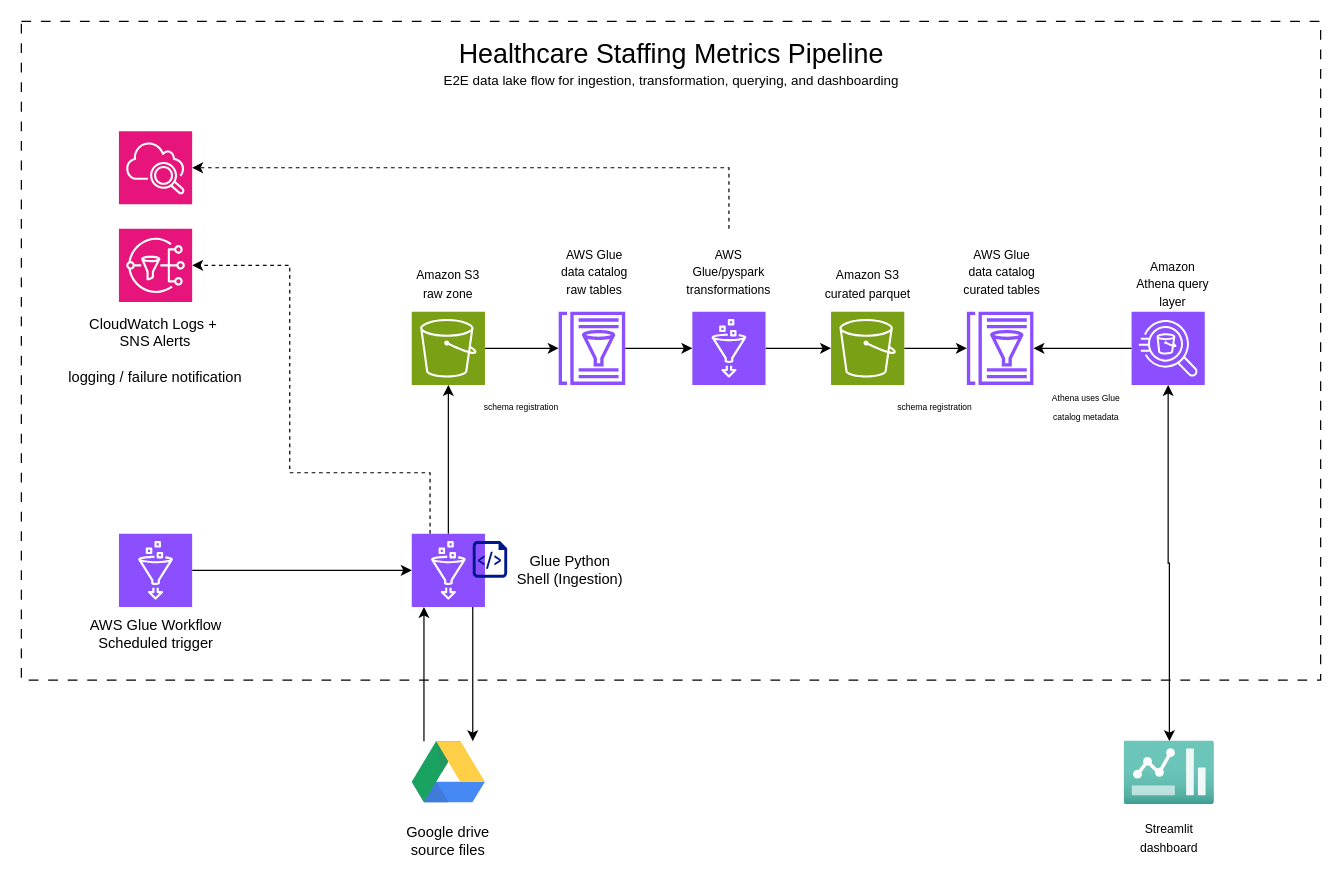
Earlier version of the draw.io diagram architecture/source/healthcare_pipeline.drawio (jenniferarias414/healthcare-staffing-metrics-pipeline). Source tidied: cells renumbered, new cells numbered last; positions are measured from the earlier drawing's top-left corner, leaving out a move shared by most shapes. Both pictures are drawn from the tidied source at 122%, with x=0, y=0 at pixel (21, 21).
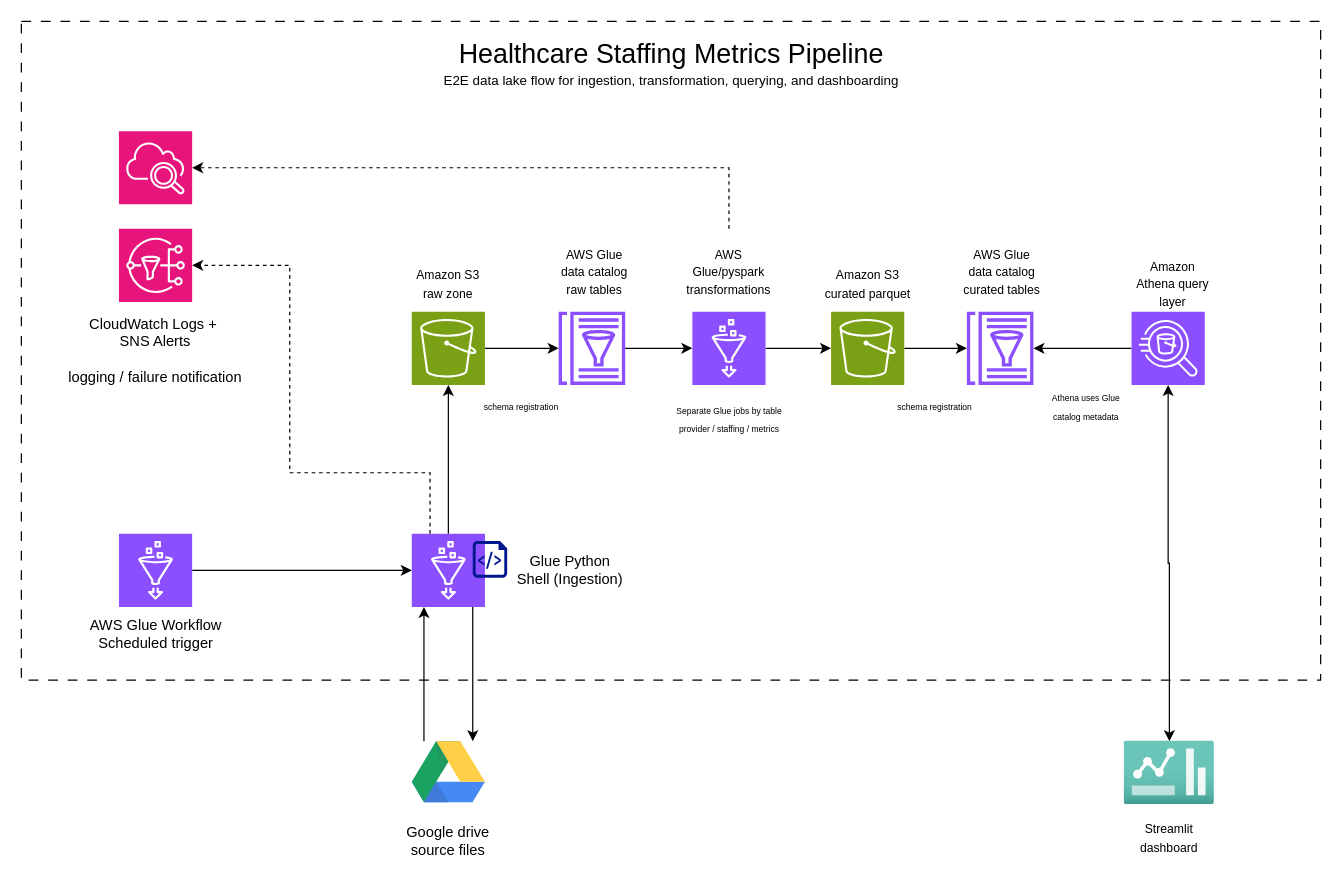
Above is the later version.

Diff of the diagram source:
```diff
@@
+    <mxCell id="43" value="&lt;div&gt;&lt;font style=&quot;font-size: 7px;&quot;&gt;Separate Glue jobs by table&lt;/font&gt;&lt;/div&gt;&lt;div&gt;&lt;font style=&quot;font-size: 7px;&quot;&gt;provider / staffing / metrics&lt;/font&gt;&lt;/div&gt;" style="text;html=1;whiteSpace=wrap;strokeColor=none;fillColor=none;align=center;verticalAlign=middle;rounded=0;" parent="1" vertex="1">
+      <mxGeometry x="524.5" y="310" width="110.9" height="30" as="geometry" />
+    </mxCell>
```
